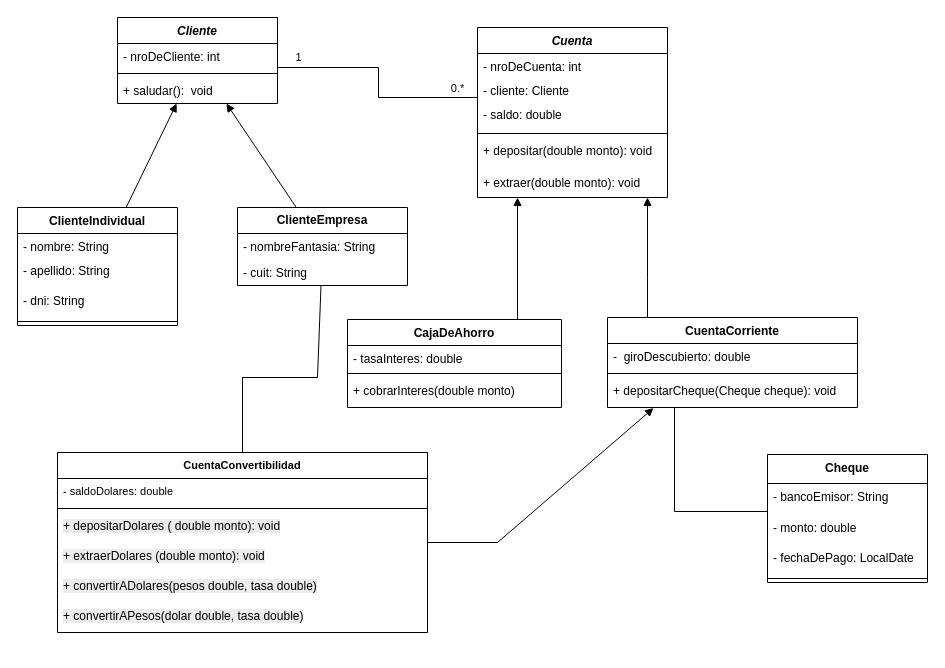
The draw.io diagram Trabajo_Practico_1_POO/target/classes/docs/Diagrama trabajo practico1(CORREGIDO).drawio in Cubero2328/trabajo-practico-java-POO, before the edit. Source tidied: cells renumbered, new cells numbered last; positions are measured from the earlier drawing's top-left corner, leaving out a move shared by most shapes. Both pictures are drawn from the tidied source at 100%, with x=0, y=0 at pixel (17, 17).
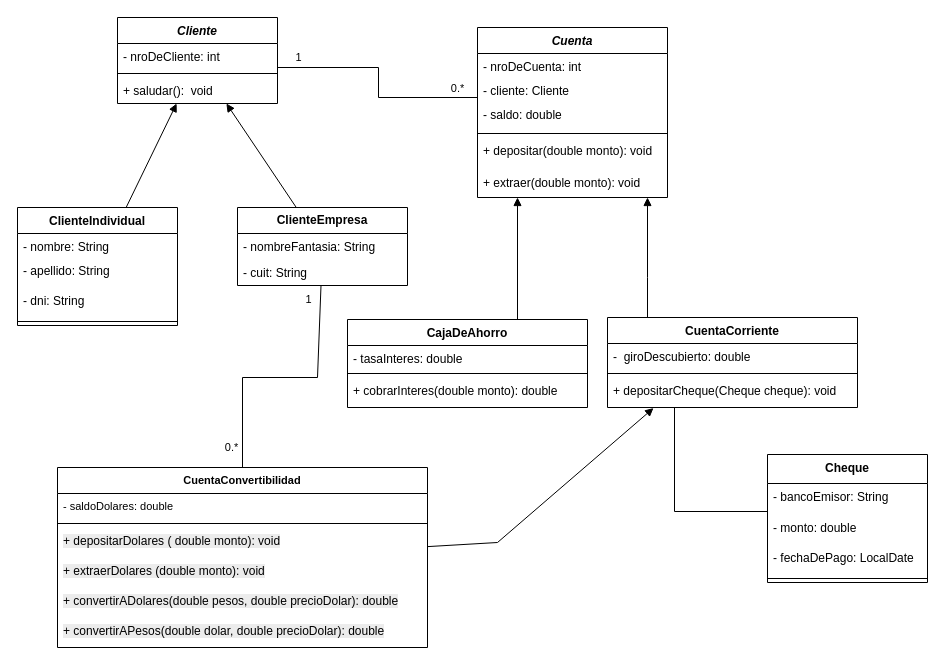
The same page after the edit.

The change refers to these unchanged cells:
```xml
<mxCell id="53" style="endArrow=none;html=1;rounded=0;" parent="1" edge="1" source="46" target="12">
  <mxGeometry relative="1" as="geometry">
    <Array as="points">
      <mxPoint x="225" y="360" />
      <mxPoint x="300" y="360" />
    </Array>
  </mxGeometry>
</mxCell>
```

What changed in the source:
```diff
@@
     <mxCell id="23" value="CajaDeAhorro" style="swimlane;fontStyle=1;align=center;verticalAlign=top;horizontal=1;startSize=26;whiteSpace=wrap;html=1;" parent="1" vertex="1">
-      <mxGeometry x="330" y="302" width="214" height="88" as="geometry" />
+      <mxGeometry x="330" y="302" width="240" height="88" as="geometry" />
     </mxCell>
     <mxCell id="24" value="- tasaInteres: double&lt;div&gt;&lt;br&gt;&lt;/div&gt;" style="text;strokeColor=none;fillColor=none;align=left;verticalAlign=top;spacingLeft=4;spacingRight=4;overflow=hidden;whiteSpace=wrap;html=1;" parent="23" vertex="1">
-      <mxGeometry y="26" width="214" height="24" as="geometry" />
+      <mxGeometry y="26" width="240" height="24" as="geometry" />
     </mxCell>
     <mxCell id="25" style="line;strokeWidth=1;fillColor=none;align=left;verticalAlign=middle;spacingTop=-1;spacingLeft=3;spacingRight=3;labelPosition=right;strokeColor=inherit;" parent="23" vertex="1">
-      <mxGeometry y="50" width="214" height="8" as="geometry" />
+      <mxGeometry y="50" width="240" height="8" as="geometry" />
     </mxCell>
-    <mxCell id="26" value="&lt;div&gt;&lt;span style=&quot;background-color: transparent; color: light-dark(rgb(0, 0, 0), rgb(255, 255, 255));&quot;&gt;+ cobrarInteres(double monto)&lt;/span&gt;&lt;/div&gt;" style="text;strokeColor=none;fillColor=none;align=left;verticalAlign=top;spacingLeft=4;spacingRight=4;overflow=hidden;whiteSpace=wrap;html=1;" parent="23" vertex="1">
-      <mxGeometry y="58" width="214" height="30" as="geometry" />
+    <mxCell id="26" value="&lt;div&gt;&lt;span style=&quot;background-color: transparent; color: light-dark(rgb(0, 0, 0), rgb(255, 255, 255));&quot;&gt;+ cobrarInteres(double monto): double&lt;/span&gt;&lt;/div&gt;" style="text;strokeColor=none;fillColor=none;align=left;verticalAlign=top;spacingLeft=4;spacingRight=4;overflow=hidden;whiteSpace=wrap;html=1;" parent="23" vertex="1">
+      <mxGeometry y="58" width="240" height="30" as="geometry" />
     </mxCell>
@@
     <mxCell id="46" value="CuentaConvertibilidad" style="swimlane;fontStyle=1;align=center;verticalAlign=top;horizontal=1;startSize=26;whiteSpace=wrap;html=1;fontFamily=Helvetica;fontSize=11;fontColor=default;labelBackgroundColor=default;" parent="1" vertex="1">
-      <mxGeometry x="40" y="435" width="370" height="180" as="geometry" />
+      <mxGeometry x="40" y="450" width="370" height="180" as="geometry" />
     </mxCell>
@@
-    <mxCell id="51" value="&lt;span style=&quot;font-size: 12px; background-color: rgb(236, 236, 236);&quot;&gt;+ convertirADolares(pesos double, tasa double)&lt;/span&gt;" style="text;strokeColor=none;fillColor=none;align=left;verticalAlign=top;spacingLeft=4;spacingRight=4;overflow=hidden;whiteSpace=wrap;html=1;fontFamily=Helvetica;fontSize=11;fontColor=default;labelBackgroundColor=default;" parent="46" vertex="1">
+    <mxCell id="51" value="&lt;span style=&quot;font-size: 12px; background-color: rgb(236, 236, 236);&quot;&gt;+ convertirADolares(double pesos, double precioDolar): double&lt;/span&gt;" style="text;strokeColor=none;fillColor=none;align=left;verticalAlign=top;spacingLeft=4;spacingRight=4;overflow=hidden;whiteSpace=wrap;html=1;fontFamily=Helvetica;fontSize=11;fontColor=default;labelBackgroundColor=default;" parent="46" vertex="1">
       <mxGeometry y="120" width="370" height="30" as="geometry" />
     </mxCell>
-    <mxCell id="52" value="&lt;span style=&quot;font-size: 12px; background-color: rgb(236, 236, 236);&quot;&gt;+ convertirAPesos(dolar double, tasa double)&lt;/span&gt;" style="text;strokeColor=none;fillColor=none;align=left;verticalAlign=top;spacingLeft=4;spacingRight=4;overflow=hidden;whiteSpace=wrap;html=1;fontFamily=Helvetica;fontSize=11;fontColor=default;labelBackgroundColor=default;" parent="46" vertex="1">
+    <mxCell id="52" value="&lt;span style=&quot;font-size: 12px; background-color: rgb(236, 236, 236);&quot;&gt;+ convertirAPesos(double dolar, double precioDolar): double&lt;/span&gt;" style="text;strokeColor=none;fillColor=none;align=left;verticalAlign=top;spacingLeft=4;spacingRight=4;overflow=hidden;whiteSpace=wrap;html=1;fontFamily=Helvetica;fontSize=11;fontColor=default;labelBackgroundColor=default;" parent="46" vertex="1">
       <mxGeometry y="150" width="370" height="30" as="geometry" />
     </mxCell>
@@
+    <mxCell id="54" value="1" style="edgeLabel;html=1;align=center;verticalAlign=middle;" parent="53" vertex="1">
+      <mxGeometry x="0.78" relative="1" as="geometry">
+        <mxPoint x="-12" y="-15" as="offset" />
+      </mxGeometry>
+    </mxCell>
+    <mxCell id="55" value="0.*" style="edgeLabel;html=1;align=center;verticalAlign=middle;" parent="53" vertex="1">
+      <mxGeometry x="-0.78" y="1" relative="1" as="geometry">
+        <mxPoint x="-11" y="7" as="offset" />
+      </mxGeometry>
+    </mxCell>
```
